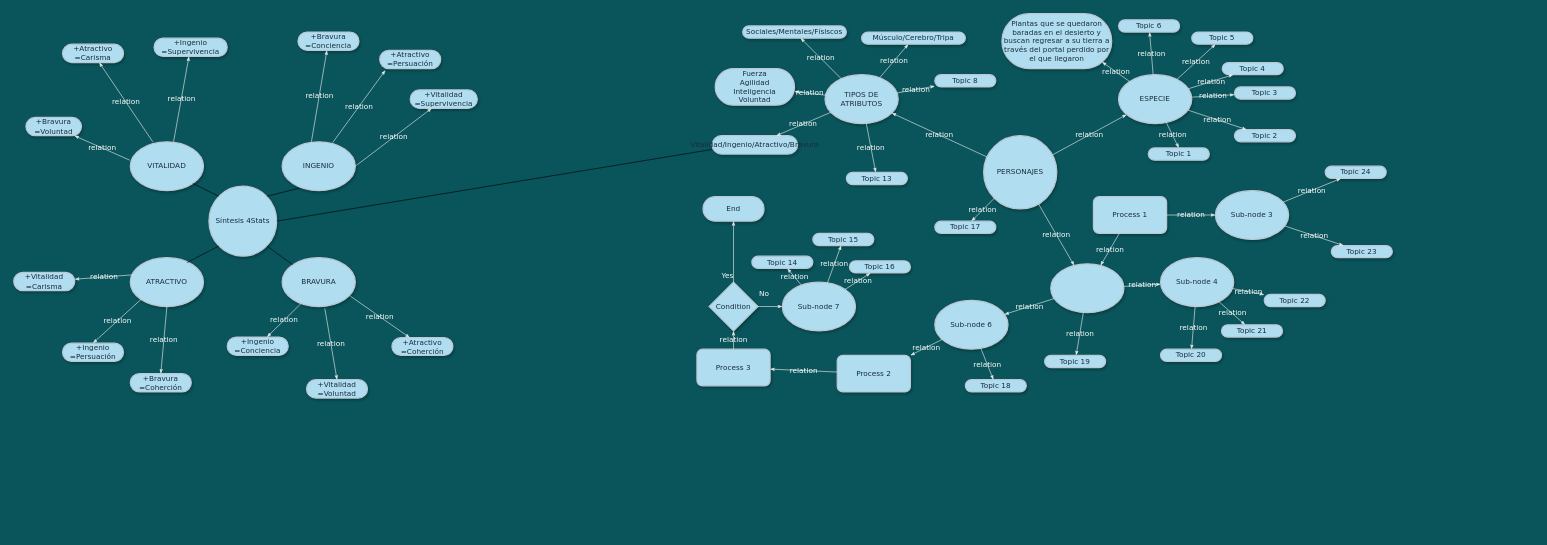
aixairupe/DiagramasRPG keeps this draw.io diagram as page "Página-2" (2 of 2) of mental_map_worldbuilding.drawio. Above is the earlier version. Source tidied: cells renumbered, new cells numbered last; positions are measured from the earlier drawing's top-left corner, leaving out a move shared by most shapes. Both pictures are drawn from the tidied source at 61%, with x=0, y=0 at pixel (13, 13).
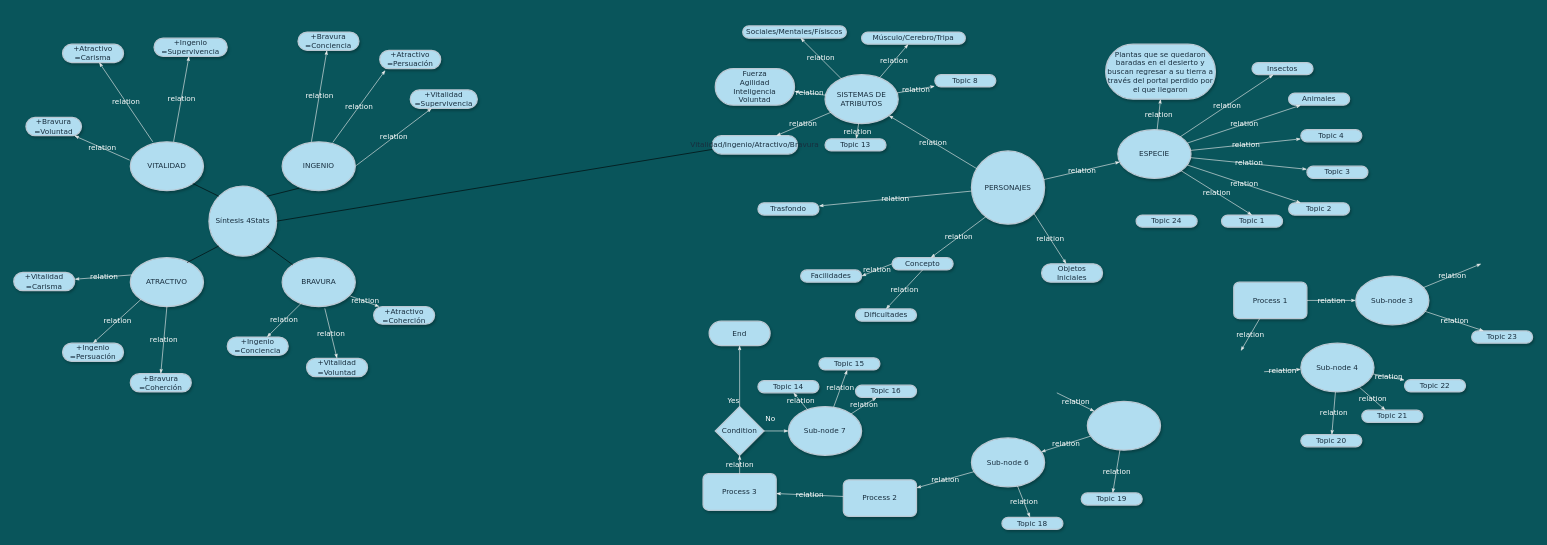
The same diagram, later.

Change to the diagram source:
```diff
@@
-    <mxCell id="3" value="TIPOS DE ATRIBUTOS" style="ellipse;whiteSpace=wrap;html=1;rounded=1;shadow=1;comic=0;labelBackgroundColor=none;strokeWidth=2;fontFamily=Verdana;fontSize=12;align=center;fillColor=#B1DDF0;strokeColor=#BAC8D3;fontColor=#182E3E;" parent="1" vertex="1">
+    <mxCell id="3" value="SISTEMAS DE ATRIBUTOS" style="ellipse;whiteSpace=wrap;html=1;rounded=1;shadow=1;comic=0;labelBackgroundColor=none;strokeWidth=2;fontFamily=Verdana;fontSize=12;align=center;fillColor=#B1DDF0;strokeColor=#BAC8D3;fontColor=#182E3E;" parent="1" vertex="1">
       <mxGeometry x="1330" y="100" width="120" height="80" as="geometry" />
     </mxCell>
     <mxCell id="4" value="ESPECIE" style="ellipse;whiteSpace=wrap;html=1;rounded=1;shadow=1;comic=0;labelBackgroundColor=none;strokeWidth=2;fontFamily=Verdana;fontSize=12;align=center;fillColor=#B1DDF0;strokeColor=#BAC8D3;fontColor=#182E3E;" parent="1" vertex="1">
-      <mxGeometry x="1811.2" y="100" width="120" height="80" as="geometry" />
+      <mxGeometry x="1810" y="190" width="120" height="80" as="geometry" />
     </mxCell>
     <mxCell id="5" value="PERSONAJES" style="ellipse;whiteSpace=wrap;html=1;rounded=1;shadow=1;comic=0;labelBackgroundColor=none;strokeWidth=2;fontFamily=Verdana;fontSize=12;align=center;fillColor=#B1DDF0;strokeColor=#BAC8D3;fontColor=#182E3E;" parent="1" vertex="1">
-      <mxGeometry x="1590" y="200" width="120" height="120" as="geometry" />
+      <mxGeometry x="1570" y="225" width="120" height="120" as="geometry" />
     </mxCell>
     <mxCell id="6" style="ellipse;whiteSpace=wrap;html=1;rounded=1;shadow=1;comic=0;labelBackgroundColor=none;strokeWidth=2;fontFamily=Verdana;fontSize=12;align=center;fillColor=#B1DDF0;strokeColor=#BAC8D3;fontColor=#182E3E;" parent="1" vertex="1">
-      <mxGeometry x="1700" y="410" width="120" height="80" as="geometry" />
+      <mxGeometry x="1760" y="635.5" width="120" height="80" as="geometry" />
     </mxCell>
     <mxCell id="7" value="&lt;span&gt;Sub-node 4&lt;/span&gt;" style="ellipse;whiteSpace=wrap;html=1;rounded=1;shadow=1;comic=0;labelBackgroundColor=none;strokeWidth=2;fontFamily=Verdana;fontSize=12;align=center;fillColor=#B1DDF0;strokeColor=#BAC8D3;fontColor=#182E3E;" parent="1" vertex="1">
-      <mxGeometry x="1880" y="400" width="120" height="80" as="geometry" />
+      <mxGeometry x="2110" y="540" width="120" height="80" as="geometry" />
     </mxCell>
     <mxCell id="8" value="&lt;span&gt;Sub-node 6&lt;/span&gt;" style="ellipse;whiteSpace=wrap;html=1;rounded=1;shadow=1;comic=0;labelBackgroundColor=none;strokeWidth=2;fontFamily=Verdana;fontSize=12;align=center;fillColor=#B1DDF0;strokeColor=#BAC8D3;fontColor=#182E3E;" parent="1" vertex="1">
-      <mxGeometry x="1510" y="470" width="120" height="80" as="geometry" />
+      <mxGeometry x="1570" y="695.5" width="120" height="80" as="geometry" />
     </mxCell>
@@
     <mxCell id="12" value="Plantas que se quedaron baradas en el desierto y buscan regresar a su tierra a través del portal perdido por el que llegaron" style="whiteSpace=wrap;html=1;rounded=1;shadow=1;comic=0;labelBackgroundColor=none;strokeWidth=2;fontFamily=Verdana;fontSize=12;align=center;arcSize=50;fillColor=#B1DDF0;strokeColor=#BAC8D3;fontColor=#182E3E;" parent="1" vertex="1">
-      <mxGeometry x="1620" width="180" height="90" as="geometry" />
+      <mxGeometry x="1790" y="50" width="180" height="90" as="geometry" />
     </mxCell>
     <mxCell id="13" value="&lt;span&gt;Topic 21&lt;/span&gt;" style="whiteSpace=wrap;html=1;rounded=1;shadow=1;comic=0;labelBackgroundColor=none;strokeWidth=2;fontFamily=Verdana;fontSize=12;align=center;arcSize=50;fillColor=#B1DDF0;strokeColor=#BAC8D3;fontColor=#182E3E;" parent="1" vertex="1">
-      <mxGeometry x="1980" y="510" width="100" height="20" as="geometry" />
+      <mxGeometry x="2210" y="650" width="100" height="20" as="geometry" />
     </mxCell>
     <mxCell id="14" value="&lt;span&gt;Topic 22&lt;/span&gt;" style="whiteSpace=wrap;html=1;rounded=1;shadow=1;comic=0;labelBackgroundColor=none;strokeWidth=2;fontFamily=Verdana;fontSize=12;align=center;arcSize=50;fillColor=#B1DDF0;strokeColor=#BAC8D3;fontColor=#182E3E;" parent="1" vertex="1">
-      <mxGeometry x="2050" y="460" width="100" height="20" as="geometry" />
+      <mxGeometry x="2280" y="600" width="100" height="20" as="geometry" />
     </mxCell>
-    <mxCell id="15" value="&lt;span&gt;Topic 6&lt;/span&gt;" style="whiteSpace=wrap;html=1;rounded=1;shadow=1;comic=0;labelBackgroundColor=none;strokeWidth=2;fontFamily=Verdana;fontSize=12;align=center;arcSize=50;fillColor=#B1DDF0;strokeColor=#BAC8D3;fontColor=#182E3E;" parent="1" vertex="1">
-      <mxGeometry x="1811.2" y="10" width="100" height="20" as="geometry" />
+    <mxCell id="15" value="Insectos" style="whiteSpace=wrap;html=1;rounded=1;shadow=1;comic=0;labelBackgroundColor=none;strokeWidth=2;fontFamily=Verdana;fontSize=12;align=center;arcSize=50;fillColor=#B1DDF0;strokeColor=#BAC8D3;fontColor=#182E3E;" parent="1" vertex="1">
+      <mxGeometry x="2030" y="80" width="100" height="20" as="geometry" />
     </mxCell>
-    <mxCell id="16" value="&lt;span&gt;Topic 5&lt;/span&gt;" style="whiteSpace=wrap;html=1;rounded=1;shadow=1;comic=0;labelBackgroundColor=none;strokeWidth=2;fontFamily=Verdana;fontSize=12;align=center;arcSize=50;fillColor=#B1DDF0;strokeColor=#BAC8D3;fontColor=#182E3E;" parent="1" vertex="1">
-      <mxGeometry x="1931.2" y="30" width="100" height="20" as="geometry" />
+    <mxCell id="16" value="Animales" style="whiteSpace=wrap;html=1;rounded=1;shadow=1;comic=0;labelBackgroundColor=none;strokeWidth=2;fontFamily=Verdana;fontSize=12;align=center;arcSize=50;fillColor=#B1DDF0;strokeColor=#BAC8D3;fontColor=#182E3E;" parent="1" vertex="1">
+      <mxGeometry x="2090" y="130" width="100" height="20" as="geometry" />
     </mxCell>
     <mxCell id="17" value="&lt;span&gt;Topic 4&lt;/span&gt;" style="whiteSpace=wrap;html=1;rounded=1;shadow=1;comic=0;labelBackgroundColor=none;strokeWidth=2;fontFamily=Verdana;fontSize=12;align=center;arcSize=50;fillColor=#B1DDF0;strokeColor=#BAC8D3;fontColor=#182E3E;" parent="1" vertex="1">
-      <mxGeometry x="1981.2" y="80" width="100" height="20" as="geometry" />
+      <mxGeometry x="2110" y="190" width="100" height="20" as="geometry" />
     </mxCell>
     <mxCell id="18" value="&lt;span&gt;Topic 3&lt;/span&gt;" style="whiteSpace=wrap;html=1;rounded=1;shadow=1;comic=0;labelBackgroundColor=none;strokeWidth=2;fontFamily=Verdana;fontSize=12;align=center;arcSize=50;fillColor=#B1DDF0;strokeColor=#BAC8D3;fontColor=#182E3E;" parent="1" vertex="1">
-      <mxGeometry x="2001.2" y="120" width="100" height="20" as="geometry" />
+      <mxGeometry x="2120" y="250" width="100" height="20" as="geometry" />
     </mxCell>
     <mxCell id="19" value="&lt;span&gt;Topic 2&lt;/span&gt;" style="whiteSpace=wrap;html=1;rounded=1;shadow=1;comic=0;labelBackgroundColor=none;strokeWidth=2;fontFamily=Verdana;fontSize=12;align=center;arcSize=50;fillColor=#B1DDF0;strokeColor=#BAC8D3;fontColor=#182E3E;" parent="1" vertex="1">
-      <mxGeometry x="2001.2" y="190" width="100" height="20" as="geometry" />
+      <mxGeometry x="2090" y="310" width="100" height="20" as="geometry" />
     </mxCell>
     <mxCell id="20" value="Topic 1" style="whiteSpace=wrap;html=1;rounded=1;shadow=1;comic=0;labelBackgroundColor=none;strokeWidth=2;fontFamily=Verdana;fontSize=12;align=center;arcSize=50;fillColor=#B1DDF0;strokeColor=#BAC8D3;fontColor=#182E3E;" parent="1" vertex="1">
-      <mxGeometry x="1860" y="220" width="100" height="20" as="geometry" />
+      <mxGeometry x="1980" y="330" width="100" height="20" as="geometry" />
     </mxCell>
     <mxCell id="21" value="&lt;span&gt;Topic 20&lt;/span&gt;" style="whiteSpace=wrap;html=1;rounded=1;shadow=1;comic=0;labelBackgroundColor=none;strokeWidth=2;fontFamily=Verdana;fontSize=12;align=center;arcSize=50;fillColor=#B1DDF0;strokeColor=#BAC8D3;fontColor=#182E3E;" parent="1" vertex="1">
-      <mxGeometry x="1880" y="550" width="100" height="20" as="geometry" />
+      <mxGeometry x="2110" y="690" width="100" height="20" as="geometry" />
     </mxCell>
     <mxCell id="22" value="End" style="whiteSpace=wrap;html=1;rounded=1;shadow=1;comic=0;labelBackgroundColor=none;strokeWidth=2;fontFamily=Verdana;fontSize=12;align=center;arcSize=50;fillColor=#B1DDF0;strokeColor=#BAC8D3;fontColor=#182E3E;" parent="1" vertex="1">
-      <mxGeometry x="1130" y="300" width="100" height="40" as="geometry" />
+      <mxGeometry x="1140" y="504" width="100" height="40" as="geometry" />
     </mxCell>
     <mxCell id="23" value="Condition" style="rhombus;whiteSpace=wrap;html=1;rounded=0;shadow=1;comic=0;labelBackgroundColor=none;strokeWidth=2;fontFamily=Verdana;fontSize=12;align=center;fillColor=#B1DDF0;strokeColor=#BAC8D3;fontColor=#182E3E;" parent="1" vertex="1">
-      <mxGeometry x="1140" y="440" width="80" height="80" as="geometry" />
+      <mxGeometry x="1150" y="644" width="80" height="80" as="geometry" />
     </mxCell>
     <mxCell id="24" value="&lt;span&gt;Process 3&lt;/span&gt;" style="rounded=1;whiteSpace=wrap;html=1;shadow=1;comic=0;labelBackgroundColor=none;strokeWidth=2;fontFamily=Verdana;fontSize=12;align=center;fillColor=#B1DDF0;strokeColor=#BAC8D3;fontColor=#182E3E;" parent="1" vertex="1">
-      <mxGeometry x="1120" y="550" width="120" height="60" as="geometry" />
+      <mxGeometry x="1130" y="754" width="120" height="60" as="geometry" />
     </mxCell>
     <mxCell id="25" value="Process 2" style="rounded=1;whiteSpace=wrap;html=1;shadow=1;comic=0;labelBackgroundColor=none;strokeWidth=2;fontFamily=Verdana;fontSize=12;align=center;fillColor=#B1DDF0;strokeColor=#BAC8D3;fontColor=#182E3E;" parent="1" vertex="1">
-      <mxGeometry x="1350" y="560" width="120" height="60" as="geometry" />
+      <mxGeometry x="1360" y="764" width="120" height="60" as="geometry" />
     </mxCell>
@@
-    <mxCell id="32" value="relation" style="edgeStyle=none;rounded=1;html=1;labelBackgroundColor=none;startArrow=none;startFill=0;startSize=5;endArrow=classicThin;endFill=1;endSize=5;jettySize=auto;strokeColor=#EEEEEE;strokeWidth=1;fontFamily=Verdana;fontSize=12;fontColor=#FFFFFF;" parent="1" edge="1" source="5" target="6">
-      <mxGeometry relative="1" as="geometry" />
+    <mxCell id="32" value="relation" style="edgeStyle=none;rounded=1;html=1;labelBackgroundColor=none;startArrow=none;startFill=0;startSize=5;endArrow=classicThin;endFill=1;endSize=5;jettySize=auto;strokeColor=#EEEEEE;strokeWidth=1;fontFamily=Verdana;fontSize=12;fontColor=#FFFFFF;" parent="1" edge="1" target="6">
+      <mxGeometry relative="1" as="geometry">
+        <mxPoint x="1710" y="621.5" as="sourcePoint" />
+      </mxGeometry>
     </mxCell>
@@
-    <mxCell id="34" value="relation" style="edgeStyle=none;rounded=1;html=1;labelBackgroundColor=none;startArrow=none;startFill=0;startSize=5;endArrow=classicThin;endFill=1;endSize=5;jettySize=auto;strokeColor=#EEEEEE;strokeWidth=1;fontFamily=Verdana;fontSize=12;fontColor=#FFFFFF;" parent="1" edge="1" source="6" target="7">
-      <mxGeometry relative="1" as="geometry" />
+    <mxCell id="34" value="relation" style="edgeStyle=none;rounded=1;html=1;labelBackgroundColor=none;startArrow=none;startFill=0;startSize=5;endArrow=classicThin;endFill=1;endSize=5;jettySize=auto;strokeColor=#EEEEEE;strokeWidth=1;fontFamily=Verdana;fontSize=12;fontColor=#FFFFFF;" parent="1" edge="1" target="7">
+      <mxGeometry relative="1" as="geometry">
+        <mxPoint x="2049.8" y="586.9" as="sourcePoint" />
+      </mxGeometry>
     </mxCell>
@@
-    <mxCell id="44" value="relation" style="edgeStyle=none;rounded=1;html=1;labelBackgroundColor=none;startArrow=none;startFill=0;startSize=5;endArrow=classicThin;endFill=1;endSize=5;jettySize=auto;strokeColor=#EEEEEE;strokeWidth=1;fontFamily=Verdana;fontSize=12;fontColor=#FFFFFF;entryX=0.911;entryY=0.878;entryDx=0;entryDy=0;entryPerimeter=0;" parent="1" edge="1" source="4" target="12">
+    <mxCell id="44" value="relation" style="edgeStyle=none;rounded=1;html=1;labelBackgroundColor=none;startArrow=none;startFill=0;startSize=5;endArrow=classicThin;endFill=1;endSize=5;jettySize=auto;strokeColor=#EEEEEE;strokeWidth=1;fontFamily=Verdana;fontSize=12;fontColor=#FFFFFF;entryX=0.5;entryY=1;entryDx=0;entryDy=0;" parent="1" edge="1" source="4" target="12">
       <mxGeometry relative="1" as="geometry" />
     </mxCell>
@@
     <mxCell id="49" value="Process 1" style="rounded=1;whiteSpace=wrap;html=1;shadow=1;comic=0;labelBackgroundColor=none;strokeWidth=2;fontFamily=Verdana;fontSize=12;align=center;fillColor=#B1DDF0;strokeColor=#BAC8D3;fontColor=#182E3E;" parent="1" vertex="1">
-      <mxGeometry x="1770" y="300" width="120" height="60" as="geometry" />
+      <mxGeometry x="2000" y="440" width="120" height="60" as="geometry" />
     </mxCell>
     <mxCell id="50" value="&lt;span&gt;Sub-node 3&lt;/span&gt;" style="ellipse;whiteSpace=wrap;html=1;rounded=1;shadow=1;comic=0;labelBackgroundColor=none;strokeWidth=2;fontFamily=Verdana;fontSize=12;align=center;fillColor=#B1DDF0;strokeColor=#BAC8D3;fontColor=#182E3E;" parent="1" vertex="1">
-      <mxGeometry x="1970" y="290" width="120" height="80" as="geometry" />
+      <mxGeometry x="2200" y="430" width="120" height="80" as="geometry" />
     </mxCell>
     <mxCell id="51" value="&lt;span&gt;Topic 24&lt;/span&gt;" style="whiteSpace=wrap;html=1;rounded=1;shadow=1;comic=0;labelBackgroundColor=none;strokeWidth=2;fontFamily=Verdana;fontSize=12;align=center;arcSize=50;fillColor=#B1DDF0;strokeColor=#BAC8D3;fontColor=#182E3E;" parent="1" vertex="1">
-      <mxGeometry x="2150" y="250" width="100" height="20" as="geometry" />
+      <mxGeometry x="1840" y="330" width="100" height="20" as="geometry" />
     </mxCell>
     <mxCell id="52" value="&lt;span&gt;Topic 23&lt;/span&gt;" style="whiteSpace=wrap;html=1;rounded=1;shadow=1;comic=0;labelBackgroundColor=none;strokeWidth=2;fontFamily=Verdana;fontSize=12;align=center;arcSize=50;fillColor=#B1DDF0;strokeColor=#BAC8D3;fontColor=#182E3E;" parent="1" vertex="1">
-      <mxGeometry x="2160" y="380" width="100" height="20" as="geometry" />
+      <mxGeometry x="2390" y="520" width="100" height="20" as="geometry" />
     </mxCell>
@@
     <mxCell id="54" value="&lt;span&gt;Topic 13&lt;/span&gt;" style="whiteSpace=wrap;html=1;rounded=1;shadow=1;comic=0;labelBackgroundColor=none;strokeWidth=2;fontFamily=Verdana;fontSize=12;align=center;arcSize=50;fillColor=#B1DDF0;strokeColor=#BAC8D3;fontColor=#182E3E;" parent="1" vertex="1">
-      <mxGeometry x="1365" y="260" width="100" height="20" as="geometry" />
+      <mxGeometry x="1330" y="205" width="100" height="20" as="geometry" />
     </mxCell>
     <mxCell id="55" value="&lt;span&gt;Topic 19&lt;/span&gt;" style="whiteSpace=wrap;html=1;rounded=1;shadow=1;comic=0;labelBackgroundColor=none;strokeWidth=2;fontFamily=Verdana;fontSize=12;align=center;arcSize=50;fillColor=#B1DDF0;strokeColor=#BAC8D3;fontColor=#182E3E;" parent="1" vertex="1">
-      <mxGeometry x="1690" y="560" width="100" height="20" as="geometry" />
+      <mxGeometry x="1750" y="785.5" width="100" height="20" as="geometry" />
     </mxCell>
     <mxCell id="56" value="&lt;span&gt;Topic 18&lt;/span&gt;" style="whiteSpace=wrap;html=1;rounded=1;shadow=1;comic=0;labelBackgroundColor=none;strokeWidth=2;fontFamily=Verdana;fontSize=12;align=center;arcSize=50;fillColor=#B1DDF0;strokeColor=#BAC8D3;fontColor=#182E3E;" parent="1" vertex="1">
-      <mxGeometry x="1560" y="600" width="100" height="20" as="geometry" />
+      <mxGeometry x="1620" y="825.5" width="100" height="20" as="geometry" />
     </mxCell>
-    <mxCell id="57" value="&lt;span&gt;Topic 17&lt;/span&gt;" style="whiteSpace=wrap;html=1;rounded=1;shadow=1;comic=0;labelBackgroundColor=none;strokeWidth=2;fontFamily=Verdana;fontSize=12;align=center;arcSize=50;fillColor=#B1DDF0;strokeColor=#BAC8D3;fontColor=#182E3E;" parent="1" vertex="1">
-      <mxGeometry x="1510" y="340" width="100" height="20" as="geometry" />
+    <mxCell id="57" value="Trasfondo" style="whiteSpace=wrap;html=1;rounded=1;shadow=1;comic=0;labelBackgroundColor=none;strokeWidth=2;fontFamily=Verdana;fontSize=12;align=center;arcSize=50;fillColor=#B1DDF0;strokeColor=#BAC8D3;fontColor=#182E3E;" parent="1" vertex="1">
+      <mxGeometry x="1220" y="310" width="100" height="20" as="geometry" />
     </mxCell>
@@
-    <mxCell id="60" value="relation" style="edgeStyle=none;rounded=1;html=1;labelBackgroundColor=none;startArrow=none;startFill=0;startSize=5;endArrow=classicThin;endFill=1;endSize=5;jettySize=auto;strokeColor=#EEEEEE;strokeWidth=1;fontFamily=Verdana;fontSize=12;fontColor=#FFFFFF;" parent="1" edge="1" source="50" target="51">
-      <mxGeometry relative="1" as="geometry" />
+    <mxCell id="60" value="relation" style="edgeStyle=none;rounded=1;html=1;labelBackgroundColor=none;startArrow=none;startFill=0;startSize=5;endArrow=classicThin;endFill=1;endSize=5;jettySize=auto;strokeColor=#EEEEEE;strokeWidth=1;fontFamily=Verdana;fontSize=12;fontColor=#FFFFFF;" parent="1" edge="1" source="50">
+      <mxGeometry relative="1" as="geometry">
+        <mxPoint x="2405.7" y="410" as="targetPoint" />
+      </mxGeometry>
     </mxCell>
@@
-    <mxCell id="63" value="relation" style="edgeStyle=none;rounded=1;html=1;labelBackgroundColor=none;startArrow=none;startFill=0;startSize=5;endArrow=classicThin;endFill=1;endSize=5;jettySize=auto;strokeColor=#EEEEEE;strokeWidth=1;fontFamily=Verdana;fontSize=12;fontColor=#FFFFFF;" parent="1" edge="1" source="49" target="6">
-      <mxGeometry relative="1" as="geometry" />
+    <mxCell id="63" value="relation" style="edgeStyle=none;rounded=1;html=1;labelBackgroundColor=none;startArrow=none;startFill=0;startSize=5;endArrow=classicThin;endFill=1;endSize=5;jettySize=auto;strokeColor=#EEEEEE;strokeWidth=1;fontFamily=Verdana;fontSize=12;fontColor=#FFFFFF;" parent="1" edge="1" source="49">
+      <mxGeometry relative="1" as="geometry">
+        <mxPoint x="2011.7" y="552.7" as="targetPoint" />
+      </mxGeometry>
     </mxCell>
     <mxCell id="64" value="&lt;span&gt;Sub-node 7&lt;/span&gt;" style="ellipse;whiteSpace=wrap;html=1;rounded=1;shadow=1;comic=0;labelBackgroundColor=none;strokeWidth=2;fontFamily=Verdana;fontSize=12;align=center;fillColor=#B1DDF0;strokeColor=#BAC8D3;fontColor=#182E3E;" parent="1" vertex="1">
-      <mxGeometry x="1260" y="440" width="120" height="80" as="geometry" />
+      <mxGeometry x="1270" y="644" width="120" height="80" as="geometry" />
     </mxCell>
     <mxCell id="65" value="&lt;span&gt;Topic 16&lt;/span&gt;" style="whiteSpace=wrap;html=1;rounded=1;shadow=1;comic=0;labelBackgroundColor=none;strokeWidth=2;fontFamily=Verdana;fontSize=12;align=center;arcSize=50;fillColor=#B1DDF0;strokeColor=#BAC8D3;fontColor=#182E3E;" parent="1" vertex="1">
-      <mxGeometry x="1370" y="405" width="100" height="20" as="geometry" />
+      <mxGeometry x="1380" y="609" width="100" height="20" as="geometry" />
     </mxCell>
     <mxCell id="66" value="&lt;span&gt;Topic 15&lt;/span&gt;" style="whiteSpace=wrap;html=1;rounded=1;shadow=1;comic=0;labelBackgroundColor=none;strokeWidth=2;fontFamily=Verdana;fontSize=12;align=center;arcSize=50;fillColor=#B1DDF0;strokeColor=#BAC8D3;fontColor=#182E3E;" parent="1" vertex="1">
-      <mxGeometry x="1310" y="360" width="100" height="20" as="geometry" />
+      <mxGeometry x="1320" y="564" width="100" height="20" as="geometry" />
     </mxCell>
     <mxCell id="67" value="&lt;span&gt;Topic 14&lt;/span&gt;" style="whiteSpace=wrap;html=1;rounded=1;shadow=1;comic=0;labelBackgroundColor=none;strokeWidth=2;fontFamily=Verdana;fontSize=12;align=center;arcSize=50;fillColor=#B1DDF0;strokeColor=#BAC8D3;fontColor=#182E3E;" parent="1" vertex="1">
-      <mxGeometry x="1210" y="397.5" width="100" height="20" as="geometry" />
+      <mxGeometry x="1220" y="601.5" width="100" height="20" as="geometry" />
     </mxCell>
@@
     <mxCell id="98" value="+Atractivo&lt;br&gt;&lt;div&gt;=Coherción&lt;/div&gt;" style="whiteSpace=wrap;html=1;rounded=1;shadow=1;comic=0;labelBackgroundColor=none;strokeWidth=2;fontFamily=Verdana;fontSize=12;align=center;arcSize=50;fillColor=#B1DDF0;strokeColor=#BAC8D3;fontColor=#182E3E;" parent="1" vertex="1">
-      <mxGeometry x="620" y="531" width="100" height="29" as="geometry" />
+      <mxGeometry x="590" y="480" width="100" height="29" as="geometry" />
     </mxCell>
@@
     <mxCell id="100" value="+Vitalidad&lt;br&gt;=Voluntad" style="whiteSpace=wrap;html=1;rounded=1;shadow=1;comic=0;labelBackgroundColor=none;strokeWidth=2;fontFamily=Verdana;fontSize=12;align=center;arcSize=50;fillColor=#B1DDF0;strokeColor=#BAC8D3;fontColor=#182E3E;" parent="1" vertex="1">
-      <mxGeometry x="480" y="600" width="100" height="30" as="geometry" />
+      <mxGeometry x="480" y="565" width="100" height="30" as="geometry" />
     </mxCell>
@@
+    <mxCell id="109" value="Concepto" style="whiteSpace=wrap;html=1;rounded=1;shadow=1;comic=0;labelBackgroundColor=none;strokeWidth=2;fontFamily=Verdana;fontSize=12;align=center;arcSize=50;fillColor=#B1DDF0;strokeColor=#BAC8D3;fontColor=#182E3E;" parent="1" vertex="1">
+      <mxGeometry x="1440" y="400" width="100" height="20" as="geometry" />
+    </mxCell>
+    <mxCell id="110" value="relation" style="edgeStyle=none;rounded=1;html=1;labelBackgroundColor=none;startArrow=none;startFill=0;startSize=5;endArrow=classicThin;endFill=1;endSize=5;jettySize=auto;strokeColor=#EEEEEE;strokeWidth=1;fontFamily=Verdana;fontSize=12;fontColor=#FFFFFF;exitX=0.205;exitY=0.892;exitDx=0;exitDy=0;exitPerimeter=0;" parent="1" edge="1" source="5" target="109">
+      <mxGeometry relative="1" as="geometry" />
+    </mxCell>
+    <mxCell id="111" value="Objetos Iniciales" style="whiteSpace=wrap;html=1;rounded=1;shadow=1;comic=0;labelBackgroundColor=none;strokeWidth=2;fontFamily=Verdana;fontSize=12;align=center;arcSize=50;fillColor=#B1DDF0;strokeColor=#BAC8D3;fontColor=#182E3E;" parent="1" vertex="1">
+      <mxGeometry x="1685" y="410" width="100" height="30" as="geometry" />
+    </mxCell>
+    <mxCell id="112" value="relation" style="edgeStyle=none;rounded=1;html=1;labelBackgroundColor=none;startArrow=none;startFill=0;startSize=5;endArrow=classicThin;endFill=1;endSize=5;jettySize=auto;strokeColor=#EEEEEE;strokeWidth=1;fontFamily=Verdana;fontSize=12;fontColor=#FFFFFF;exitX=1;exitY=1;exitDx=0;exitDy=0;" parent="1" edge="1" source="5" target="111">
+      <mxGeometry relative="1" as="geometry" />
+    </mxCell>
+    <mxCell id="113" value="Dificultades" style="whiteSpace=wrap;html=1;rounded=1;shadow=1;comic=0;labelBackgroundColor=none;strokeWidth=2;fontFamily=Verdana;fontSize=12;align=center;arcSize=50;fillColor=#B1DDF0;strokeColor=#BAC8D3;fontColor=#182E3E;" parent="1" vertex="1">
+      <mxGeometry x="1380" y="484" width="100" height="20" as="geometry" />
+    </mxCell>
+    <mxCell id="114" value="Facilidades" style="whiteSpace=wrap;html=1;rounded=1;shadow=1;comic=0;labelBackgroundColor=none;strokeWidth=2;fontFamily=Verdana;fontSize=12;align=center;arcSize=50;fillColor=#B1DDF0;strokeColor=#BAC8D3;fontColor=#182E3E;" parent="1" vertex="1">
+      <mxGeometry x="1290" y="420" width="100" height="20" as="geometry" />
+    </mxCell>
+    <mxCell id="115" value="relation" style="edgeStyle=none;rounded=1;html=1;labelBackgroundColor=none;startArrow=none;startFill=0;startSize=5;endArrow=classicThin;endFill=1;endSize=5;jettySize=auto;strokeColor=#EEEEEE;strokeWidth=1;fontFamily=Verdana;fontSize=12;fontColor=#FFFFFF;exitX=0.5;exitY=1;exitDx=0;exitDy=0;entryX=0.5;entryY=0;entryDx=0;entryDy=0;" parent="1" edge="1" source="109" target="113">
+      <mxGeometry relative="1" as="geometry" />
+    </mxCell>
+    <mxCell id="116" value="relation" style="edgeStyle=none;rounded=1;html=1;labelBackgroundColor=none;startArrow=none;startFill=0;startSize=5;endArrow=classicThin;endFill=1;endSize=5;jettySize=auto;strokeColor=#EEEEEE;strokeWidth=1;fontFamily=Verdana;fontSize=12;fontColor=#FFFFFF;exitX=0;exitY=0.5;exitDx=0;exitDy=0;entryX=1;entryY=0.5;entryDx=0;entryDy=0;" parent="1" edge="1" source="109" target="114">
+      <mxGeometry relative="1" as="geometry" />
+    </mxCell>
```
